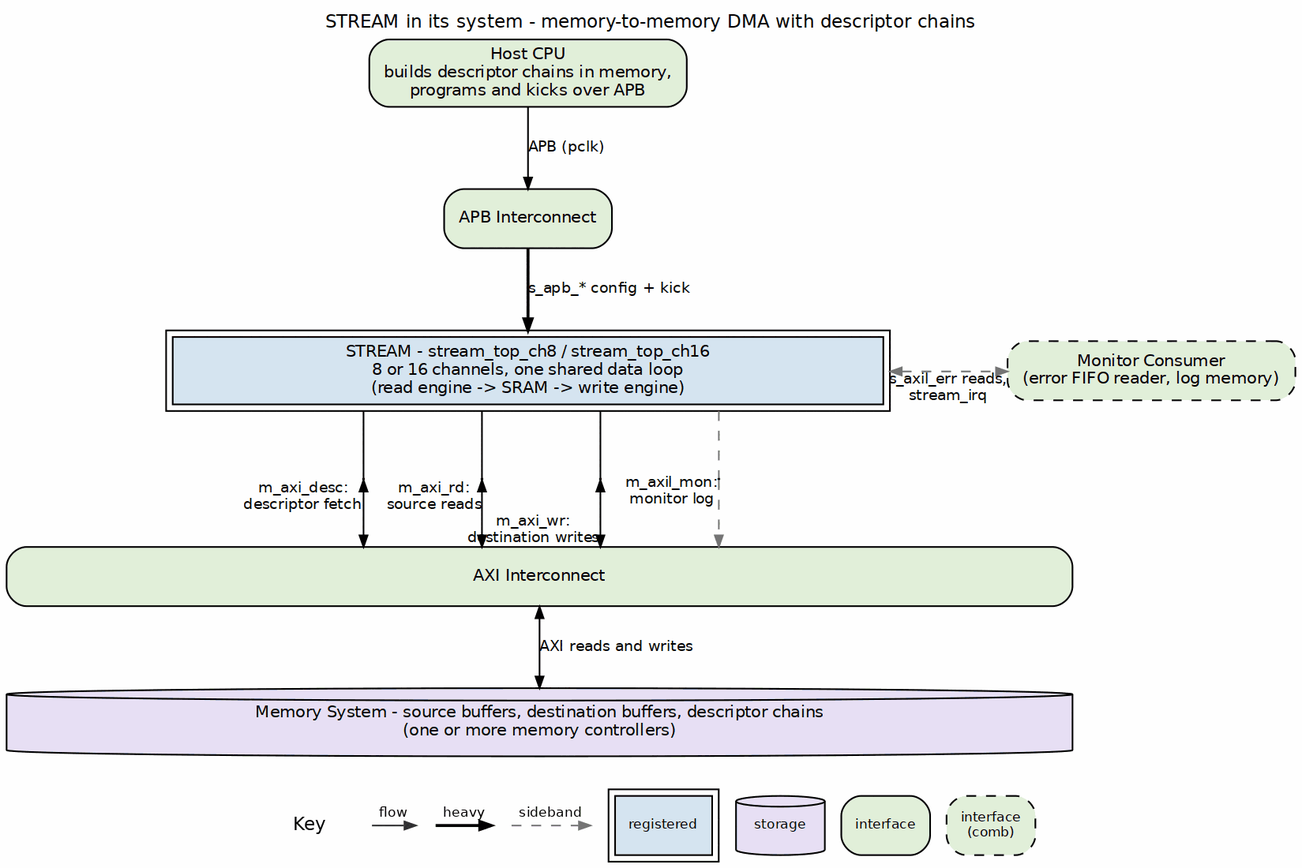
This is projects/components/dma-ip/stream/docs/stream_has/assets/graphviz/ch02_system_context.png from sean-galloway/RTLDesignSherpa, a Graphviz export, as it was before one commit. Its source is kept beside it as projects/components/dma-ip/stream/docs/stream_has/assets/graphviz/ch02_system_context.dot.
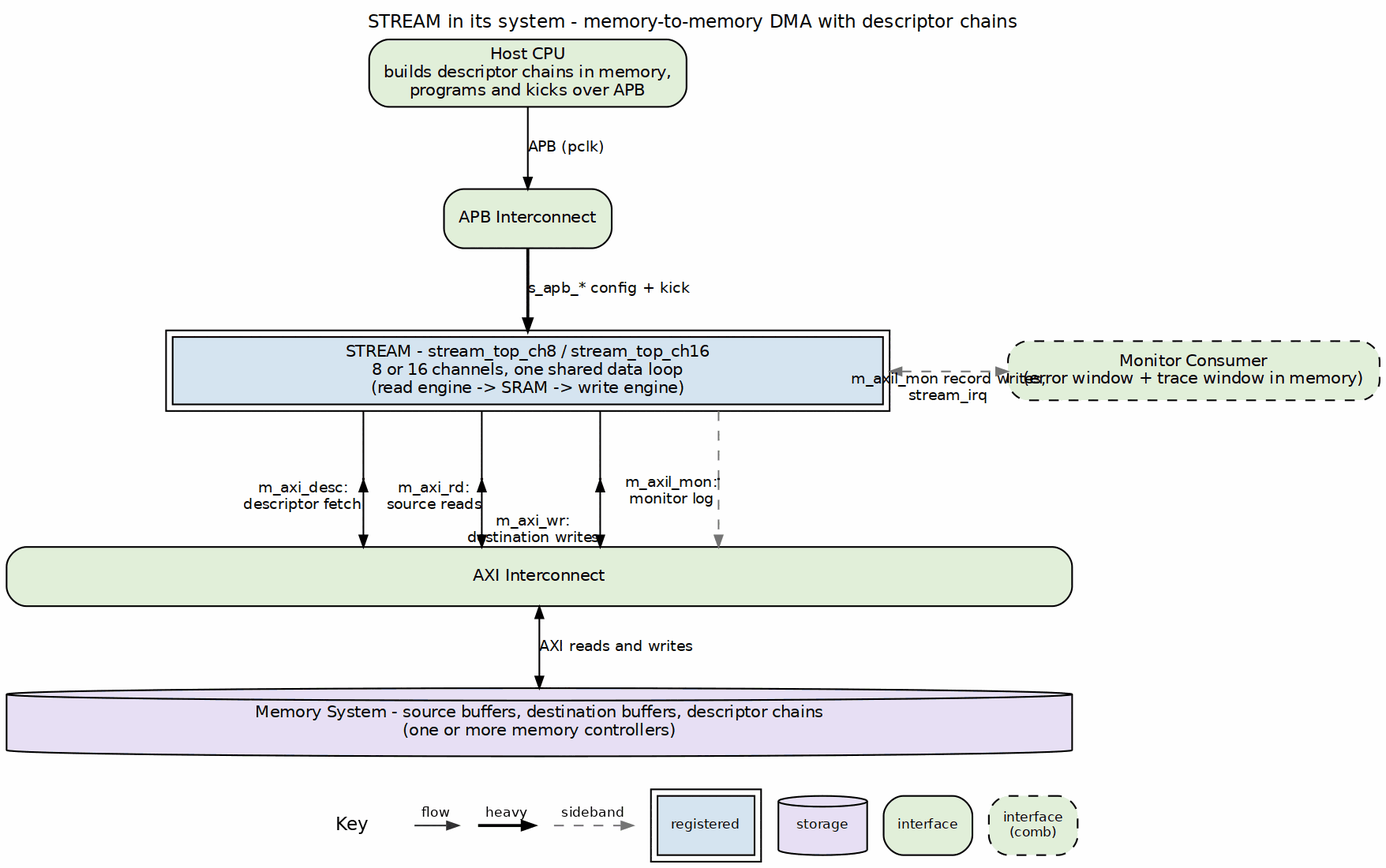
After the change.

What changed in the source:
```diff
@@ -8,13 +8,13 @@
     cpu    [label="Host CPU\nbuilds descriptor chains in memory,\nprograms and kicks over APB", fillcolor="white", style="rounded,filled", fillcolor="#E2EFDA"];
     apbic  [label="APB Interconnect", fillcolor="white", style="rounded,filled", fillcolor="#E2EFDA"];
     stream [label="STREAM - stream_top_ch8 / stream_top_ch16\n8 or 16 channels, one shared data loop\n(read engine -> SRAM -> write engine)", width=6.0, peripheries=2, style="filled", fillcolor="#D6E4F0"];
-    mon    [label="Monitor Consumer\n(error FIFO reader, log memory)", fillcolor="white", style="filled,dashed", style="rounded,filled,dashed", fillcolor="#E2EFDA"];
+    mon    [label="Monitor Consumer\n(error window + trace window in memory)", fillcolor="white", style="filled,dashed", style="rounded,filled,dashed", fillcolor="#E2EFDA"];
     xbar   [label="AXI Interconnect", fillcolor="white", width=9.0, style="rounded,filled", fillcolor="#E2EFDA"];
     mem    [label="Memory System - source buffers, destination buffers, descriptor chains\n(one or more memory controllers)", fillcolor="white", width=9.0, shape=cylinder, style="filled", fillcolor="#E8DFF5"];
 
     cpu -> apbic [label="APB (pclk)"];
     apbic -> stream [label="s_apb_* config + kick", penwidth=1.8];
-    stream -> mon [style=dashed, color="#777777", dir=both, xlabel="s_axil_err reads,\nstream_irq"];
+    stream -> mon [style=dashed, color="#777777", dir=both, xlabel="m_axil_mon record writes,\nstream_irq"];
     p_d [shape=point, width=0.01]; p_r [shape=point, width=0.01]; p_w [shape=point, width=0.01]; p_m [shape=point, width=0.01];
     { rank=same; p_d; p_r; p_w; p_m; }
     p_d -> p_r -> p_w -> p_m [style=invis];
```
